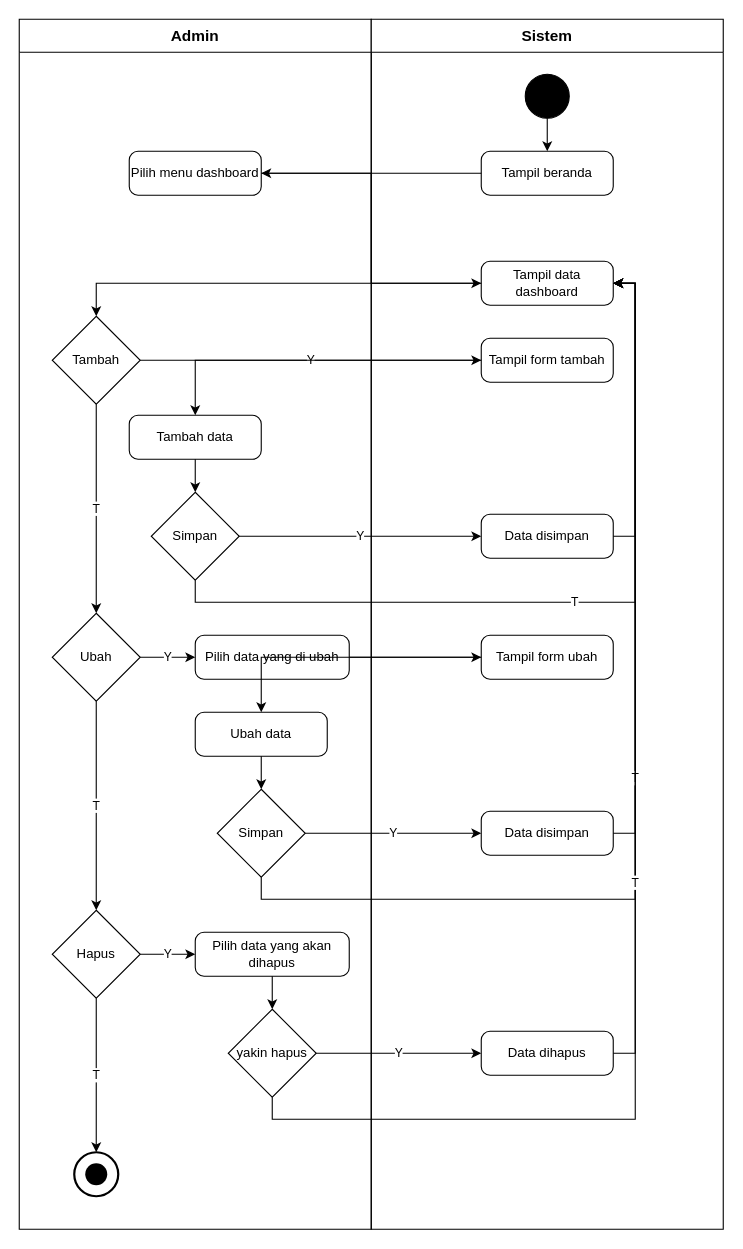
Above: diagram/activity/activity_admin_dashboard.drawio in RajaSunrise/ud_zivana (draw.io), before the change. Source tidied: cells renumbered, new cells numbered last; positions are measured from the earlier drawing's top-left corner, leaving out a move shared by most shapes. Both pictures are drawn from the tidied source at 110%, with x=0, y=0 at pixel (19, 19).
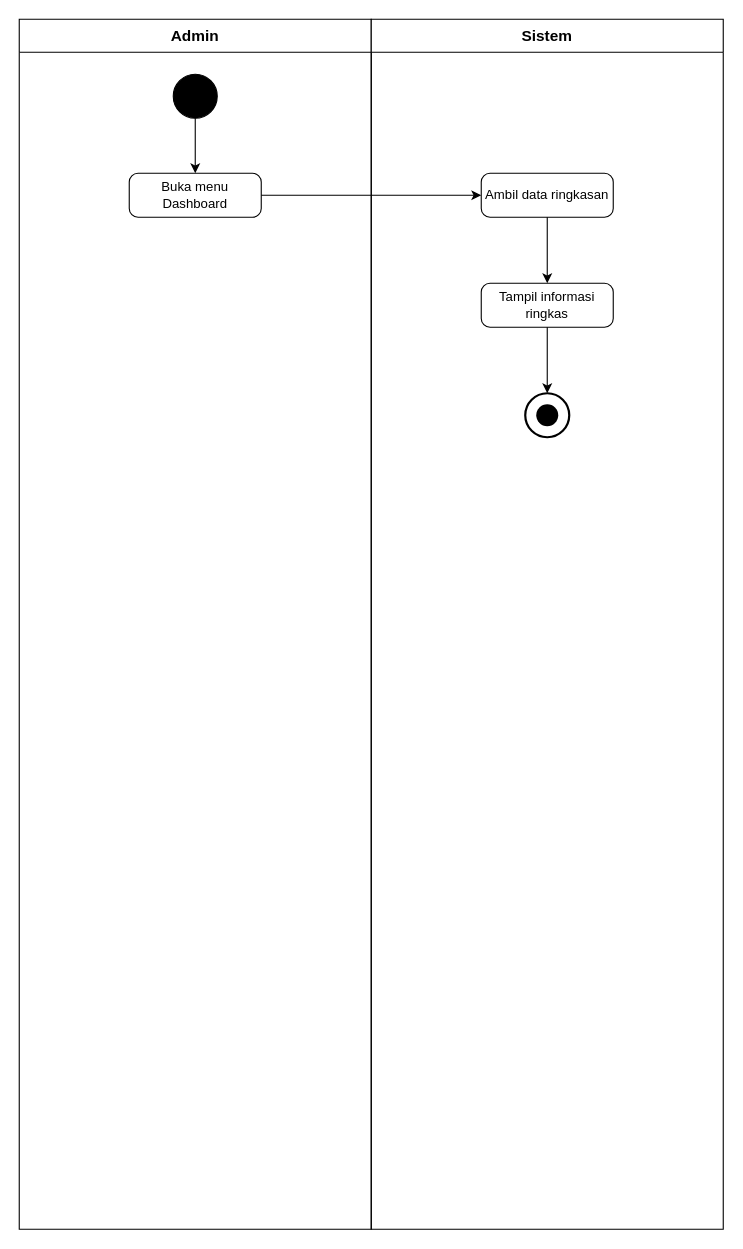
After the change.

Unchanged cells that the change refers to:
```xml
<mxCell id="2" value="Admin" style="swimlane;whiteSpace=wrap;html=1;startSize=30;fontStyle=1;fontSize=14;" parent="1" vertex="1">
  <mxGeometry width="320" height="1100" as="geometry" />
</mxCell>
<mxCell id="3" value="Sistem" style="swimlane;whiteSpace=wrap;html=1;startSize=30;fontStyle=1;fontSize=14;" parent="1" vertex="1">
  <mxGeometry x="320" width="320" height="1100" as="geometry" />
</mxCell>
```

Diff of the diagram source:
```diff
@@
-    <mxCell id="4" style="ellipse;whiteSpace=wrap;html=1;fillColor=#000000;strokeColor=#000000;" parent="3" vertex="1">
+    <mxCell id="4" style="ellipse;whiteSpace=wrap;html=1;fillColor=#000000;strokeColor=#000000;" parent="2" vertex="1">
       <mxGeometry x="140" y="50" width="40" height="40" as="geometry" />
     </mxCell>
-    <mxCell id="5" value="Tampil beranda" style="rounded=1;whiteSpace=wrap;html=1;arcSize=20;" parent="3" vertex="1">
-      <mxGeometry x="100" y="120" width="120" height="40" as="geometry" />
-    </mxCell>
+    <mxCell id="50" value="Buka menu Dashboard" style="rounded=1;whiteSpace=wrap;html=1;arcSize=20;" parent="2" vertex="1">
+      <mxGeometry x="100" y="140" width="120" height="40" as="geometry" />
+    </mxCell>
+    <mxCell id="51" value="Ambil data ringkasan" style="rounded=1;whiteSpace=wrap;html=1;arcSize=20;" parent="3" vertex="1">
+      <mxGeometry x="100" y="140" width="120" height="40" as="geometry" />
+    </mxCell>
-    <mxCell id="6" value="Tampil data dashboard" style="rounded=1;whiteSpace=wrap;html=1;arcSize=20;" parent="3" vertex="1">
-      <mxGeometry x="100" y="220" width="120" height="40" as="geometry" />
+    <mxCell id="6" value="Tampil informasi ringkas" style="rounded=1;whiteSpace=wrap;html=1;arcSize=20;" parent="3" vertex="1">
+      <mxGeometry x="100" y="240" width="120" height="40" as="geometry" />
     </mxCell>
-    <mxCell id="7" value="Pilih menu dashboard" style="rounded=1;whiteSpace=wrap;html=1;arcSize=20;" parent="2" vertex="1">
-      <mxGeometry x="100" y="120" width="120" height="40" as="geometry" />
-    </mxCell>
-    <mxCell id="8" value="Tambah" style="rhombus;whiteSpace=wrap;html=1;" parent="2" vertex="1">
-      <mxGeometry x="30" y="270" width="80" height="80" as="geometry" />
-    </mxCell>
-    <mxCell id="9" value="Tampil form tambah" style="rounded=1;whiteSpace=wrap;html=1;arcSize=20;" parent="3" vertex="1">
-      <mxGeometry x="100" y="290" width="120" height="40" as="geometry" />
-    </mxCell>
-    <mxCell id="10" value="Tambah data" style="rounded=1;whiteSpace=wrap;html=1;arcSize=20;" parent="2" vertex="1">
-      <mxGeometry x="100" y="360" width="120" height="40" as="geometry" />
-    </mxCell>
-    <mxCell id="11" value="Simpan" style="rhombus;whiteSpace=wrap;html=1;" parent="2" vertex="1">
-      <mxGeometry x="120" y="430" width="80" height="80" as="geometry" />
-    </mxCell>
-    <mxCell id="12" value="Data disimpan" style="rounded=1;whiteSpace=wrap;html=1;arcSize=20;" parent="3" vertex="1">
-      <mxGeometry x="100" y="450" width="120" height="40" as="geometry" />
-    </mxCell>
-    <mxCell id="13" value="Ubah" style="rhombus;whiteSpace=wrap;html=1;" parent="2" vertex="1">
-      <mxGeometry x="30" y="540" width="80" height="80" as="geometry" />
-    </mxCell>
-    <mxCell id="14" value="Pilih data yang di ubah" style="rounded=1;whiteSpace=wrap;html=1;arcSize=20;" parent="2" vertex="1">
-      <mxGeometry x="160" y="560" width="140" height="40" as="geometry" />
-    </mxCell>
-    <mxCell id="15" value="Tampil form ubah" style="rounded=1;whiteSpace=wrap;html=1;arcSize=20;" parent="3" vertex="1">
-      <mxGeometry x="100" y="560" width="120" height="40" as="geometry" />
-    </mxCell>
-    <mxCell id="16" value="Ubah data" style="rounded=1;whiteSpace=wrap;html=1;arcSize=20;" parent="2" vertex="1">
-      <mxGeometry x="160" y="630" width="120" height="40" as="geometry" />
-    </mxCell>
-    <mxCell id="17" value="Simpan" style="rhombus;whiteSpace=wrap;html=1;" parent="2" vertex="1">
-      <mxGeometry x="180" y="700" width="80" height="80" as="geometry" />
-    </mxCell>
-    <mxCell id="18" value="Data disimpan" style="rounded=1;whiteSpace=wrap;html=1;arcSize=20;" parent="3" vertex="1">
-      <mxGeometry x="100" y="720" width="120" height="40" as="geometry" />
-    </mxCell>
-    <mxCell id="19" value="Hapus" style="rhombus;whiteSpace=wrap;html=1;" parent="2" vertex="1">
-      <mxGeometry x="30" y="810" width="80" height="80" as="geometry" />
-    </mxCell>
-    <mxCell id="20" value="Pilih data yang akan&#10;dihapus" style="rounded=1;whiteSpace=wrap;html=1;arcSize=20;" parent="2" vertex="1">
-      <mxGeometry x="160" y="830" width="140" height="40" as="geometry" />
-    </mxCell>
-    <mxCell id="21" value="yakin hapus" style="rhombus;whiteSpace=wrap;html=1;" parent="2" vertex="1">
-      <mxGeometry x="190" y="900" width="80" height="80" as="geometry" />
-    </mxCell>
-    <mxCell id="22" value="Data dihapus" style="rounded=1;whiteSpace=wrap;html=1;arcSize=20;" parent="3" vertex="1">
-      <mxGeometry x="100" y="920" width="120" height="40" as="geometry" />
-    </mxCell>
-    <mxCell id="23" style="ellipse;whiteSpace=wrap;html=1;fillColor=none;strokeColor=#000000;strokeWidth=2;" parent="2" vertex="1">
-      <mxGeometry x="50" y="1030" width="40" height="40" as="geometry" />
+    <mxCell id="23" style="ellipse;whiteSpace=wrap;html=1;fillColor=none;strokeColor=#000000;strokeWidth=2;" parent="3" vertex="1">
+      <mxGeometry x="140" y="340" width="40" height="40" as="geometry" />
     </mxCell>
@@
-    <mxCell id="25" style="edgeStyle=orthogonalEdgeStyle;rounded=0;jettySize=auto;html=1;" parent="1" edge="1" source="4" target="5">
+    <mxCell id="25" style="edgeStyle=orthogonalEdgeStyle;rounded=0;jettySize=auto;html=1;" parent="1" edge="1" source="4" target="50">
       <mxGeometry relative="1" as="geometry" />
     </mxCell>
-    <mxCell id="26" style="edgeStyle=orthogonalEdgeStyle;rounded=0;jettySize=auto;html=1;" parent="1" edge="1" source="5" target="7">
+    <mxCell id="26" style="edgeStyle=orthogonalEdgeStyle;rounded=0;jettySize=auto;html=1;" parent="1" edge="1" source="50" target="51">
       <mxGeometry relative="1" as="geometry" />
     </mxCell>
-    <mxCell id="27" style="edgeStyle=orthogonalEdgeStyle;rounded=0;jettySize=auto;html=1;entryX=0;entryY=0.5;" parent="1" edge="1" source="7" target="6">
+    <mxCell id="27" style="edgeStyle=orthogonalEdgeStyle;rounded=0;jettySize=auto;html=1;" parent="1" edge="1" source="51" target="6">
       <mxGeometry relative="1" as="geometry" />
     </mxCell>
-    <mxCell id="28" style="edgeStyle=orthogonalEdgeStyle;rounded=0;jettySize=auto;html=1;" parent="1" edge="1" source="6" target="8">
+    <mxCell id="28" style="edgeStyle=orthogonalEdgeStyle;rounded=0;jettySize=auto;html=1;" parent="1" edge="1" source="6" target="23">
       <mxGeometry relative="1" as="geometry" />
     </mxCell>
-    <mxCell id="29" value="Y" style="edgeStyle=orthogonalEdgeStyle;rounded=0;jettySize=auto;html=1;" parent="1" edge="1" source="8" target="9">
-      <mxGeometry relative="1" as="geometry" />
-    </mxCell>
-    <mxCell id="30" style="edgeStyle=orthogonalEdgeStyle;rounded=0;jettySize=auto;html=1;" parent="1" edge="1" source="9" target="10">
-      <mxGeometry relative="1" as="geometry" />
-    </mxCell>
-    <mxCell id="31" style="edgeStyle=orthogonalEdgeStyle;rounded=0;jettySize=auto;html=1;" parent="1" edge="1" source="10" target="11">
-      <mxGeometry relative="1" as="geometry" />
-    </mxCell>
-    <mxCell id="32" value="Y" style="edgeStyle=orthogonalEdgeStyle;rounded=0;jettySize=auto;html=1;" parent="1" edge="1" source="11" target="12">
-      <mxGeometry relative="1" as="geometry" />
-    </mxCell>
-    <mxCell id="33" style="edgeStyle=orthogonalEdgeStyle;rounded=0;jettySize=auto;html=1;entryX=1;entryY=0.5;exitX=1;exitY=0.5;" parent="1" edge="1" source="12" target="6">
-      <mxGeometry relative="1" as="geometry" />
-    </mxCell>
-    <mxCell id="34" value="T" style="edgeStyle=orthogonalEdgeStyle;rounded=0;jettySize=auto;html=1;entryX=1;entryY=0.5;exitX=0.5;exitY=1;" parent="1" edge="1" source="11" target="6">
-      <mxGeometry relative="1" as="geometry" />
-    </mxCell>
-    <mxCell id="35" value="T" style="edgeStyle=orthogonalEdgeStyle;rounded=0;jettySize=auto;html=1;" parent="1" edge="1" source="8" target="13">
-      <mxGeometry relative="1" as="geometry" />
-    </mxCell>
-    <mxCell id="36" value="Y" style="edgeStyle=orthogonalEdgeStyle;rounded=0;jettySize=auto;html=1;" parent="1" edge="1" source="13" target="14">
-      <mxGeometry relative="1" as="geometry" />
-    </mxCell>
-    <mxCell id="37" style="edgeStyle=orthogonalEdgeStyle;rounded=0;jettySize=auto;html=1;" parent="1" edge="1" source="14" target="15">
-      <mxGeometry relative="1" as="geometry" />
-    </mxCell>
-    <mxCell id="38" style="edgeStyle=orthogonalEdgeStyle;rounded=0;jettySize=auto;html=1;" parent="1" edge="1" source="15" target="16">
-      <mxGeometry relative="1" as="geometry" />
-    </mxCell>
-    <mxCell id="39" style="edgeStyle=orthogonalEdgeStyle;rounded=0;jettySize=auto;html=1;" parent="1" edge="1" source="16" target="17">
-      <mxGeometry relative="1" as="geometry" />
-    </mxCell>
-    <mxCell id="40" value="Y" style="edgeStyle=orthogonalEdgeStyle;rounded=0;jettySize=auto;html=1;" parent="1" edge="1" source="17" target="18">
-      <mxGeometry relative="1" as="geometry" />
-    </mxCell>
-    <mxCell id="41" style="edgeStyle=orthogonalEdgeStyle;rounded=0;jettySize=auto;html=1;entryX=1;entryY=0.5;exitX=1;exitY=0.5;" parent="1" edge="1" source="18" target="6">
-      <mxGeometry relative="1" as="geometry" />
-    </mxCell>
-    <mxCell id="42" value="T" style="edgeStyle=orthogonalEdgeStyle;rounded=0;jettySize=auto;html=1;entryX=1;entryY=0.5;exitX=0.5;exitY=1;" parent="1" edge="1" source="17" target="6">
-      <mxGeometry relative="1" as="geometry" />
-    </mxCell>
-    <mxCell id="43" value="T" style="edgeStyle=orthogonalEdgeStyle;rounded=0;jettySize=auto;html=1;" parent="1" edge="1" source="13" target="19">
-      <mxGeometry relative="1" as="geometry" />
-    </mxCell>
-    <mxCell id="44" value="Y" style="edgeStyle=orthogonalEdgeStyle;rounded=0;jettySize=auto;html=1;" parent="1" edge="1" source="19" target="20">
-      <mxGeometry relative="1" as="geometry" />
-    </mxCell>
-    <mxCell id="45" style="edgeStyle=orthogonalEdgeStyle;rounded=0;jettySize=auto;html=1;" parent="1" edge="1" source="20" target="21">
-      <mxGeometry relative="1" as="geometry" />
-    </mxCell>
-    <mxCell id="46" value="Y" style="edgeStyle=orthogonalEdgeStyle;rounded=0;jettySize=auto;html=1;" parent="1" edge="1" source="21" target="22">
-      <mxGeometry relative="1" as="geometry" />
-    </mxCell>
-    <mxCell id="47" style="edgeStyle=orthogonalEdgeStyle;rounded=0;jettySize=auto;html=1;entryX=1;entryY=0.5;exitX=1;exitY=0.5;" parent="1" edge="1" source="22" target="6">
-      <mxGeometry relative="1" as="geometry" />
-    </mxCell>
-    <mxCell id="48" value="T" style="edgeStyle=orthogonalEdgeStyle;rounded=0;jettySize=auto;html=1;entryX=1;entryY=0.5;exitX=0.5;exitY=1;" parent="1" edge="1" source="21" target="6">
-      <mxGeometry relative="1" as="geometry" />
-    </mxCell>
-    <mxCell id="49" value="T" style="edgeStyle=orthogonalEdgeStyle;rounded=0;jettySize=auto;html=1;" parent="1" edge="1" source="19" target="23">
-      <mxGeometry relative="1" as="geometry" />
-    </mxCell>
```
